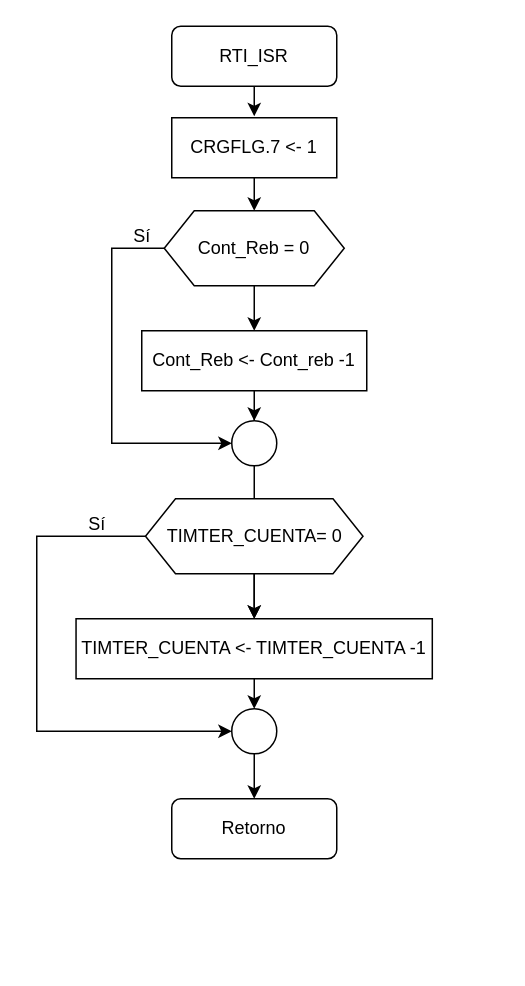
The draw.io diagram Tarea 5/RTI_ISR.drawio in robz25/Microprocesadores, before the edit. Source tidied: cells renumbered, new cells numbered last; positions are measured from the earlier drawing's top-left corner, leaving out a move shared by most shapes. Both pictures are drawn from the tidied source at 150%, with x=0, y=0 at pixel (36, 26).
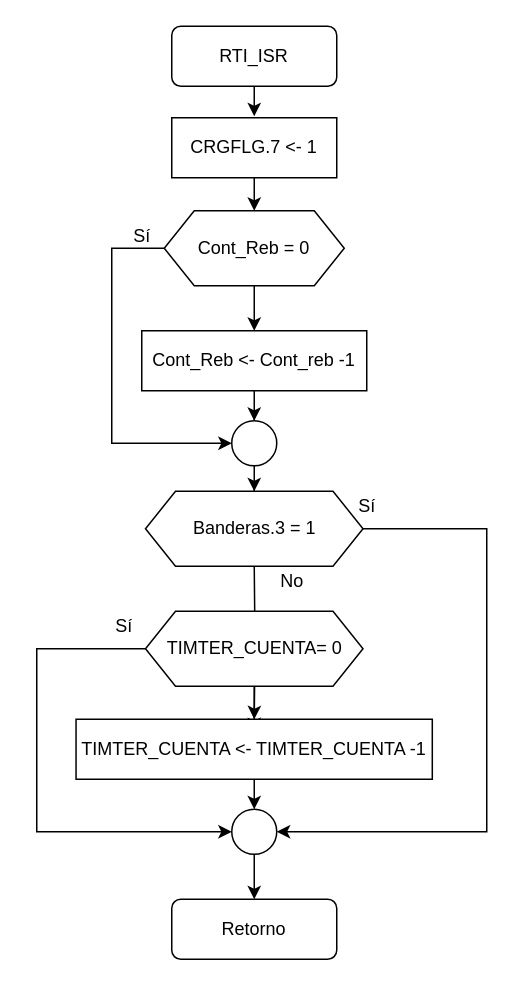
After the change.

The change refers to these unchanged cells:
```xml
<mxCell id="13" style="ellipse;whiteSpace=wrap;html=1;" parent="1" vertex="1">
  <mxGeometry x="130" y="263" width="30" height="30" as="geometry" />
</mxCell>
```

What changed in the source:
```diff
@@
     <mxCell id="4" value="Retorno" style="rounded=1;whiteSpace=wrap;html=1;" parent="1" vertex="1">
-      <mxGeometry x="90" y="515" width="110" height="40" as="geometry" />
+      <mxGeometry x="90" y="582" width="110" height="40" as="geometry" />
     </mxCell>
@@
-    <mxCell id="12" style="edgeStyle=orthogonalEdgeStyle;rounded=0;jettySize=auto;html=1;" parent="1" edge="1" source="13" target="19">
-      <mxGeometry relative="1" as="geometry" />
+    <mxCell id="12" style="edgeStyle=orthogonalEdgeStyle;rounded=0;jettySize=auto;html=1;" parent="1" edge="1" target="19">
+      <mxGeometry relative="1" as="geometry">
+        <mxPoint x="145" y="360" as="sourcePoint" />
+      </mxGeometry>
     </mxCell>
+    <mxCell id="23" style="edgeStyle=orthogonalEdgeStyle;rounded=0;jettySize=auto;html=1;" parent="1" edge="1" source="13" target="25">
+      <mxGeometry relative="1" as="geometry" />
+    </mxCell>
@@
-    <mxCell id="15" style="edgeStyle=orthogonalEdgeStyle;rounded=0;jettySize=auto;html=1;" parent="1" edge="1" source="17" target="19">
-      <mxGeometry relative="1" as="geometry" />
+    <mxCell id="15" style="edgeStyle=orthogonalEdgeStyle;rounded=0;jettySize=auto;html=1;" parent="1" edge="1" source="17">
+      <mxGeometry relative="1" as="geometry">
+        <mxPoint x="145.1" y="470" as="targetPoint" />
+      </mxGeometry>
     </mxCell>
     <mxCell id="16" style="edgeStyle=orthogonalEdgeStyle;rounded=0;jettySize=auto;html=1;entryX=0;entryY=0.5;entryDx=0;entryDy=0;" parent="1" edge="1" source="17" target="21">
       <mxGeometry relative="1" as="geometry">
         <Array as="points">
-          <mxPoint y="340" />
-          <mxPoint y="470" />
+          <mxPoint y="415" />
+          <mxPoint y="537" />
         </Array>
       </mxGeometry>
     </mxCell>
     <mxCell id="17" value="TIMTER_CUENTA= 0" style="shape=hexagon;perimeter=hexagonPerimeter2;whiteSpace=wrap;html=1;fixedSize=1;" parent="1" vertex="1">
-      <mxGeometry x="72.5" y="315" width="145" height="50" as="geometry" />
+      <mxGeometry x="72.5" y="390" width="145" height="50" as="geometry" />
     </mxCell>
@@
     <mxCell id="19" value="TIMTER_CUENTA &amp;lt;- TIMTER_CUENTA -1" style="rounded=0;whiteSpace=wrap;html=1;" parent="1" vertex="1">
-      <mxGeometry x="26.2" y="395" width="237.5" height="40" as="geometry" />
+      <mxGeometry x="26.2" y="462" width="237.5" height="40" as="geometry" />
     </mxCell>
@@
     <mxCell id="21" style="ellipse;whiteSpace=wrap;html=1;" parent="1" vertex="1">
-      <mxGeometry x="130" y="455" width="30" height="30" as="geometry" />
+      <mxGeometry x="130" y="522" width="30" height="30" as="geometry" />
     </mxCell>
     <mxCell id="22" value="Sí" style="text;html=1;align=center;verticalAlign=middle;" parent="1" vertex="1">
-      <mxGeometry x="25" y="322" width="30" height="20" as="geometry" />
+      <mxGeometry x="42.5" y="390" width="30" height="20" as="geometry" />
     </mxCell>
+    <mxCell id="24" style="edgeStyle=orthogonalEdgeStyle;rounded=0;jettySize=auto;html=1;entryX=1;entryY=0.5;entryDx=0;entryDy=0;" parent="1" edge="1" source="25" target="21">
+      <mxGeometry relative="1" as="geometry">
+        <Array as="points">
+          <mxPoint x="300" y="335" />
+          <mxPoint x="300" y="537" />
+        </Array>
+      </mxGeometry>
+    </mxCell>
+    <mxCell id="25" value="Banderas.3 = 1" style="shape=hexagon;perimeter=hexagonPerimeter2;whiteSpace=wrap;html=1;fixedSize=1;" parent="1" vertex="1">
+      <mxGeometry x="72.5" y="310" width="145" height="50" as="geometry" />
+    </mxCell>
+    <mxCell id="26" value="Sí" style="text;html=1;align=center;verticalAlign=middle;" parent="1" vertex="1">
+      <mxGeometry x="205" y="310" width="30" height="20" as="geometry" />
+    </mxCell>
+    <mxCell id="27" value="No" style="text;html=1;align=center;verticalAlign=middle;" parent="1" vertex="1">
+      <mxGeometry x="155" y="360" width="30" height="20" as="geometry" />
+    </mxCell>
```
